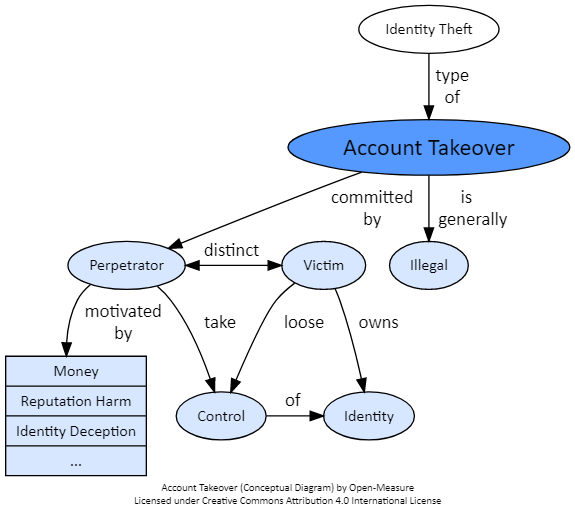
Open-Measure/Graphviz-Models keeps this Graphviz diagram as Dictionary/account-takeover.png. Above is the earlier version. Its source is kept beside it as Dictionary/account-takeover.gv.
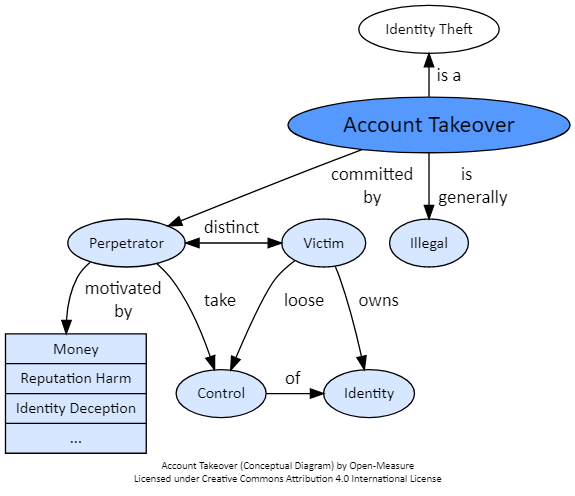
After the change.

Change to the diagram source:
```diff
@@ -13,7 +13,7 @@
 
 	# Parent Concept
 	n_identity_theft [label="Identity Theft", fillcolor="#ffffff"];
-	n_identity_theft -> n_account_takeover [weight=10, label="  type  \n  of  "];
+	n_identity_theft -> n_account_takeover [weight=10, label="  is a  ", dir="back"];
 
 	# Concept
 	n_account_takeover [label="Account Takeover", fontsize=18, fillcolor="#5599ff", URL="https://open-measure.atlassian.net/wiki/spaces/DIC/pages/1079050286"];
```
